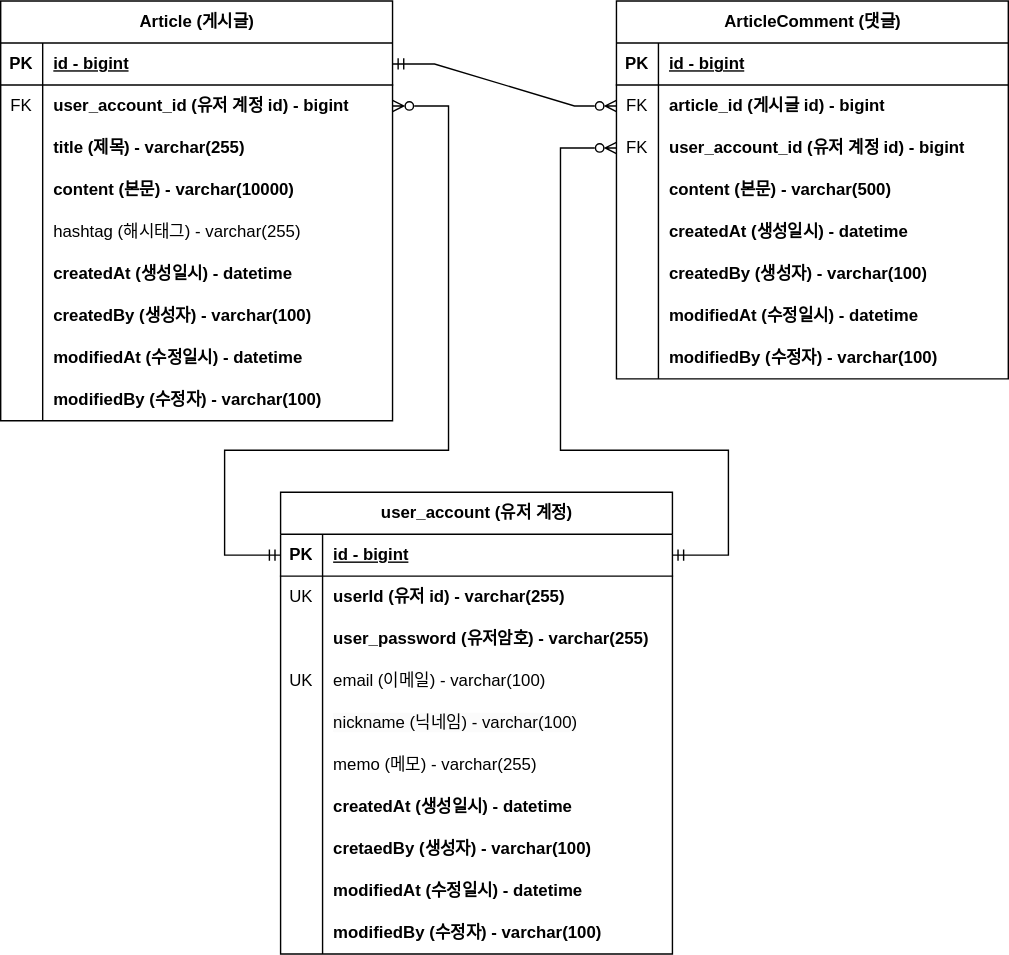
This is document/project-board-erd.svg from Jeongyounghyeon/project-board, a draw.io export, as it was before one commit. Source tidied: cells renumbered, new cells last; positions are measured from the earlier drawing's top-left corner, leaving out a move shared by most shapes.
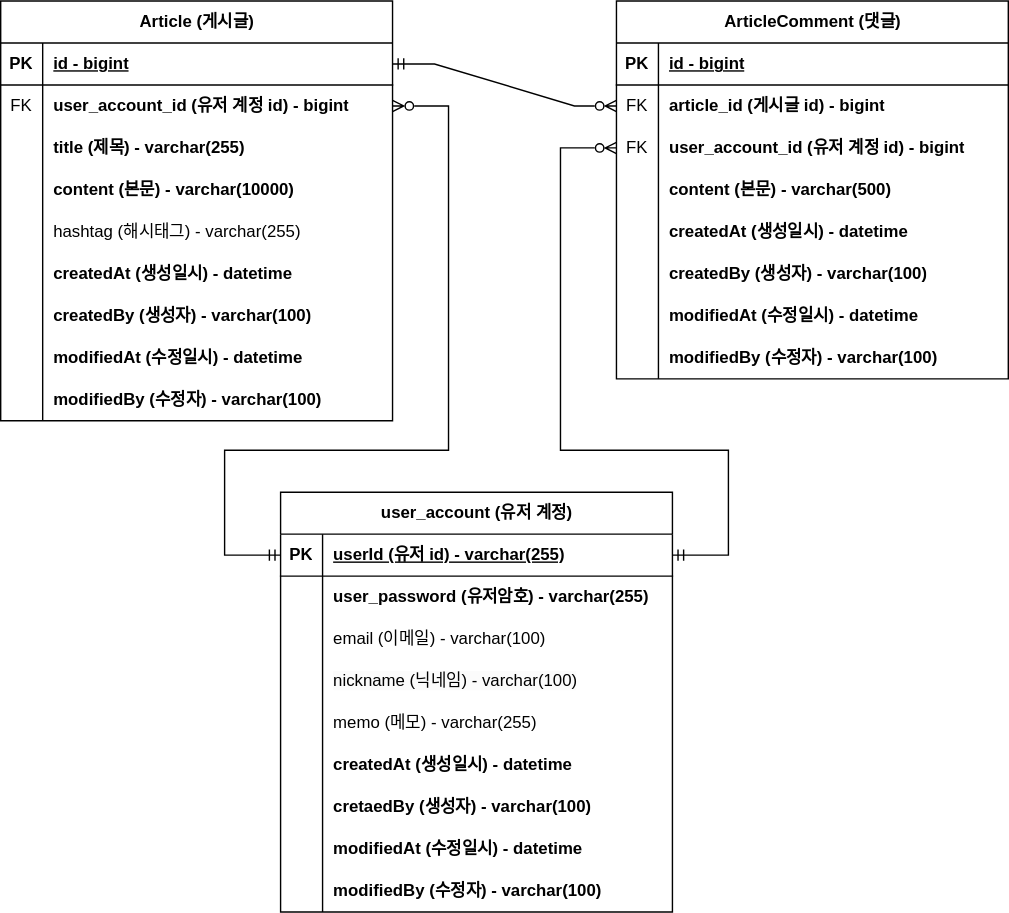
The same diagram one commit later.

Commit message:
#42 - ERD 문서 수정: 회원 계정 user_id 를 PK 로 변경

회원 계정 기존 `id` 를 삭제하고 `user_id`를 pk로 변경하는 그림 적용

What changed in the source:
```diff
@@ -169,7 +169,7 @@
       </mxGeometry>
     </mxCell>
     <mxCell id="56" value="user_account (유저 계정)" style="shape=table;startSize=30;rowLines=0;fontStyle=1;align=center;html=1;" parent="1" vertex="1">
-      <mxGeometry x="200" y="351" width="280" height="330" as="geometry" />
+      <mxGeometry x="200" y="351" width="280" height="300" as="geometry" />
     </mxCell>
     <mxCell id="57" style="shape=tableRow;horizontal=0;startSize=0;swimlaneHead=0;swimlaneBody=0;fillColor=none;points=[[0,0.5],[1,0.5]];portConstraint=eastwest;top=0;left=0;right=0;bottom=1;" parent="56" vertex="1">
       <mxGeometry y="30" width="280" height="30" as="geometry" />
@@ -177,20 +177,11 @@
     <mxCell id="58" value="PK" style="shape=partialRectangle;fillColor=none;top=0;left=0;bottom=0;right=0;fontStyle=1;overflow=hidden;whiteSpace=wrap;html=1;" parent="57" vertex="1">
       <mxGeometry width="30" height="30" as="geometry" />
     </mxCell>
-    <mxCell id="59" value="id - bigint" style="shape=partialRectangle;fillColor=none;top=0;left=0;bottom=0;right=0;align=left;spacingLeft=6;fontStyle=5;overflow=hidden;whiteSpace=wrap;html=1;" parent="57" vertex="1">
+    <mxCell id="59" value="userId (유저 id) - varchar(255)" style="shape=partialRectangle;fillColor=none;top=0;left=0;bottom=0;right=0;align=left;spacingLeft=6;fontStyle=5;overflow=hidden;whiteSpace=wrap;html=1;" parent="57" vertex="1">
       <mxGeometry x="30" width="250" height="30" as="geometry" />
     </mxCell>
-    <mxCell id="60" style="shape=tableRow;horizontal=0;startSize=0;swimlaneHead=0;swimlaneBody=0;fillColor=none;top=0;left=0;right=0;bottom=0;" parent="56" vertex="1">
-      <mxGeometry y="60" width="280" height="30" as="geometry" />
-    </mxCell>
-    <mxCell id="61" value="UK" style="shape=partialRectangle;fillColor=none;top=0;left=0;bottom=0;right=0;overflow=hidden;whiteSpace=wrap;html=1;" parent="60" vertex="1">
-      <mxGeometry width="30" height="30" as="geometry" />
-    </mxCell>
-    <mxCell id="62" value="userId (유저 id) - varchar(255)" style="shape=partialRectangle;fillColor=none;top=0;left=0;bottom=0;right=0;align=left;spacingLeft=6;overflow=hidden;whiteSpace=wrap;html=1;fontStyle=1;" parent="60" vertex="1">
-      <mxGeometry x="30" width="250" height="30" as="geometry" />
-    </mxCell>
     <mxCell id="63" style="shape=tableRow;horizontal=0;startSize=0;swimlaneHead=0;swimlaneBody=0;fillColor=none;top=0;left=0;right=0;bottom=0;" parent="56" vertex="1">
-      <mxGeometry y="90" width="280" height="30" as="geometry" />
+      <mxGeometry y="60" width="280" height="30" as="geometry" />
     </mxCell>
     <mxCell id="64" style="shape=partialRectangle;fillColor=none;top=0;left=0;bottom=0;right=0;overflow=hidden;whiteSpace=wrap;html=1;" parent="63" vertex="1">
       <mxGeometry width="30" height="30" as="geometry" />
@@ -199,16 +190,16 @@
       <mxGeometry x="30" width="250" height="30" as="geometry" />
     </mxCell>
     <mxCell id="66" style="shape=tableRow;horizontal=0;startSize=0;swimlaneHead=0;swimlaneBody=0;fillColor=none;top=0;left=0;right=0;bottom=0;" parent="56" vertex="1">
-      <mxGeometry y="120" width="280" height="30" as="geometry" />
+      <mxGeometry y="90" width="280" height="30" as="geometry" />
     </mxCell>
-    <mxCell id="67" value="UK" style="shape=partialRectangle;fillColor=none;top=0;left=0;bottom=0;right=0;overflow=hidden;whiteSpace=wrap;html=1;" parent="66" vertex="1">
+    <mxCell id="67" style="shape=partialRectangle;fillColor=none;top=0;left=0;bottom=0;right=0;overflow=hidden;whiteSpace=wrap;html=1;" parent="66" vertex="1">
       <mxGeometry width="30" height="30" as="geometry" />
     </mxCell>
     <mxCell id="68" value="email (이메일) - varchar(100)" style="shape=partialRectangle;fillColor=none;top=0;left=0;bottom=0;right=0;align=left;spacingLeft=6;overflow=hidden;whiteSpace=wrap;html=1;fontStyle=0;" parent="66" vertex="1">
       <mxGeometry x="30" width="250" height="30" as="geometry" />
     </mxCell>
     <mxCell id="69" style="shape=tableRow;horizontal=0;startSize=0;swimlaneHead=0;swimlaneBody=0;fillColor=none;top=0;left=0;right=0;bottom=0;" parent="56" vertex="1">
-      <mxGeometry y="150" width="280" height="30" as="geometry" />
+      <mxGeometry y="120" width="280" height="30" as="geometry" />
     </mxCell>
     <mxCell id="70" style="shape=partialRectangle;fillColor=none;top=0;left=0;bottom=0;right=0;overflow=hidden;whiteSpace=wrap;html=1;" parent="69" vertex="1">
       <mxGeometry width="30" height="30" as="geometry" />
@@ -217,7 +208,7 @@
       <mxGeometry x="30" width="250" height="30" as="geometry" />
     </mxCell>
     <mxCell id="72" style="shape=tableRow;horizontal=0;startSize=0;swimlaneHead=0;swimlaneBody=0;fillColor=none;top=0;left=0;right=0;bottom=0;" parent="56" vertex="1">
-      <mxGeometry y="180" width="280" height="30" as="geometry" />
+      <mxGeometry y="150" width="280" height="30" as="geometry" />
     </mxCell>
     <mxCell id="73" style="shape=partialRectangle;fillColor=none;top=0;left=0;bottom=0;right=0;overflow=hidden;whiteSpace=wrap;html=1;" parent="72" vertex="1">
       <mxGeometry width="30" height="30" as="geometry" />
@@ -226,7 +217,7 @@
       <mxGeometry x="30" width="250" height="30" as="geometry" />
     </mxCell>
     <mxCell id="75" style="shape=tableRow;horizontal=0;startSize=0;swimlaneHead=0;swimlaneBody=0;fillColor=none;top=0;left=0;right=0;bottom=0;" parent="56" vertex="1">
-      <mxGeometry y="210" width="280" height="30" as="geometry" />
+      <mxGeometry y="180" width="280" height="30" as="geometry" />
     </mxCell>
     <mxCell id="76" style="shape=partialRectangle;fillColor=none;top=0;left=0;bottom=0;right=0;overflow=hidden;whiteSpace=wrap;html=1;" parent="75" vertex="1">
       <mxGeometry width="30" height="30" as="geometry" />
@@ -235,7 +226,7 @@
       <mxGeometry x="30" width="250" height="30" as="geometry" />
     </mxCell>
     <mxCell id="78" style="shape=tableRow;horizontal=0;startSize=0;swimlaneHead=0;swimlaneBody=0;fillColor=none;top=0;left=0;right=0;bottom=0;" parent="56" vertex="1">
-      <mxGeometry y="240" width="280" height="30" as="geometry" />
+      <mxGeometry y="210" width="280" height="30" as="geometry" />
     </mxCell>
     <mxCell id="79" style="shape=partialRectangle;fillColor=none;top=0;left=0;bottom=0;right=0;overflow=hidden;whiteSpace=wrap;html=1;" parent="78" vertex="1">
       <mxGeometry width="30" height="30" as="geometry" />
@@ -244,7 +235,7 @@
       <mxGeometry x="30" width="250" height="30" as="geometry" />
     </mxCell>
     <mxCell id="81" style="shape=tableRow;horizontal=0;startSize=0;swimlaneHead=0;swimlaneBody=0;fillColor=none;top=0;left=0;right=0;bottom=0;" parent="56" vertex="1">
-      <mxGeometry y="270" width="280" height="30" as="geometry" />
+      <mxGeometry y="240" width="280" height="30" as="geometry" />
     </mxCell>
     <mxCell id="82" style="shape=partialRectangle;fillColor=none;top=0;left=0;bottom=0;right=0;overflow=hidden;whiteSpace=wrap;html=1;" parent="81" vertex="1">
       <mxGeometry width="30" height="30" as="geometry" />
@@ -253,7 +244,7 @@
       <mxGeometry x="30" width="250" height="30" as="geometry" />
     </mxCell>
     <mxCell id="84" style="shape=tableRow;horizontal=0;startSize=0;swimlaneHead=0;swimlaneBody=0;fillColor=none;top=0;left=0;right=0;bottom=0;" parent="56" vertex="1">
-      <mxGeometry y="300" width="280" height="30" as="geometry" />
+      <mxGeometry y="270" width="280" height="30" as="geometry" />
     </mxCell>
     <mxCell id="85" style="shape=partialRectangle;fillColor=none;top=0;left=0;bottom=0;right=0;overflow=hidden;whiteSpace=wrap;html=1;" parent="84" vertex="1">
       <mxGeometry width="30" height="30" as="geometry" />
```
